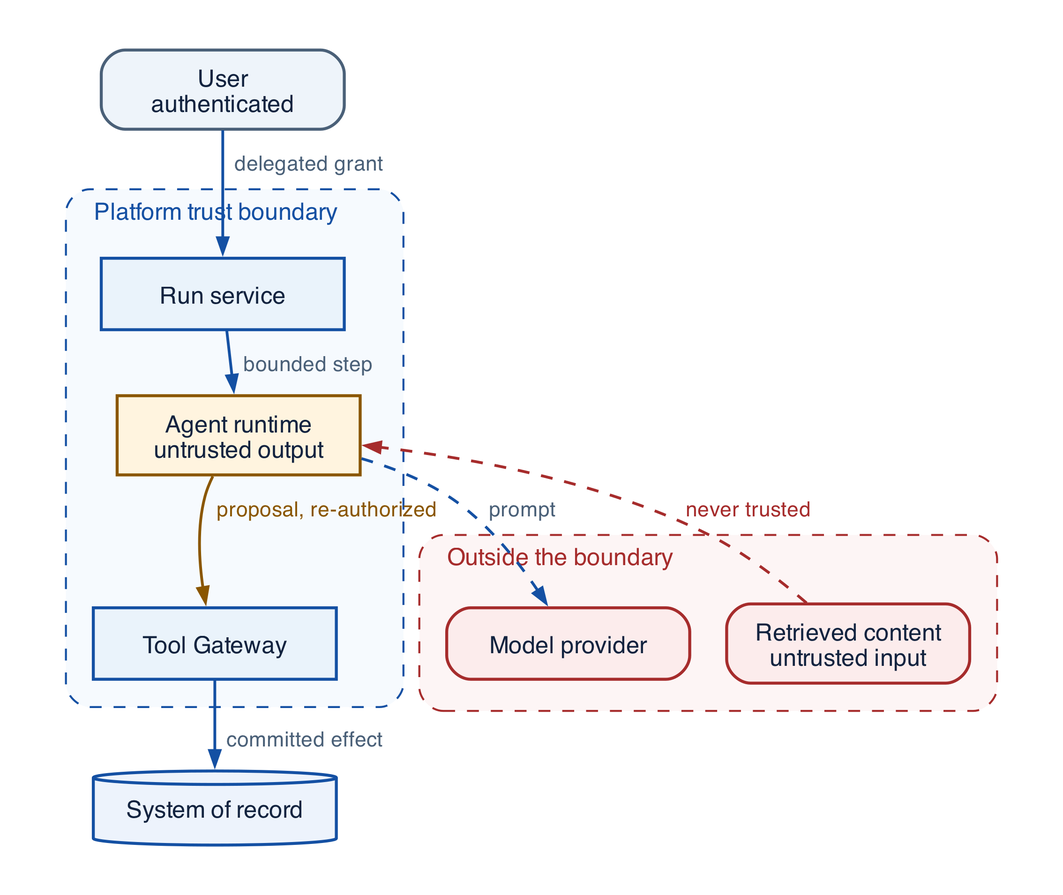
Before: assets/diagrams/security-boundaries.png, a diagram exported from Graphviz (rrahimi-uci/building-enterprise-general-intelligence). Its source is kept beside it as assets/diagrams/src/security-boundaries.gv.
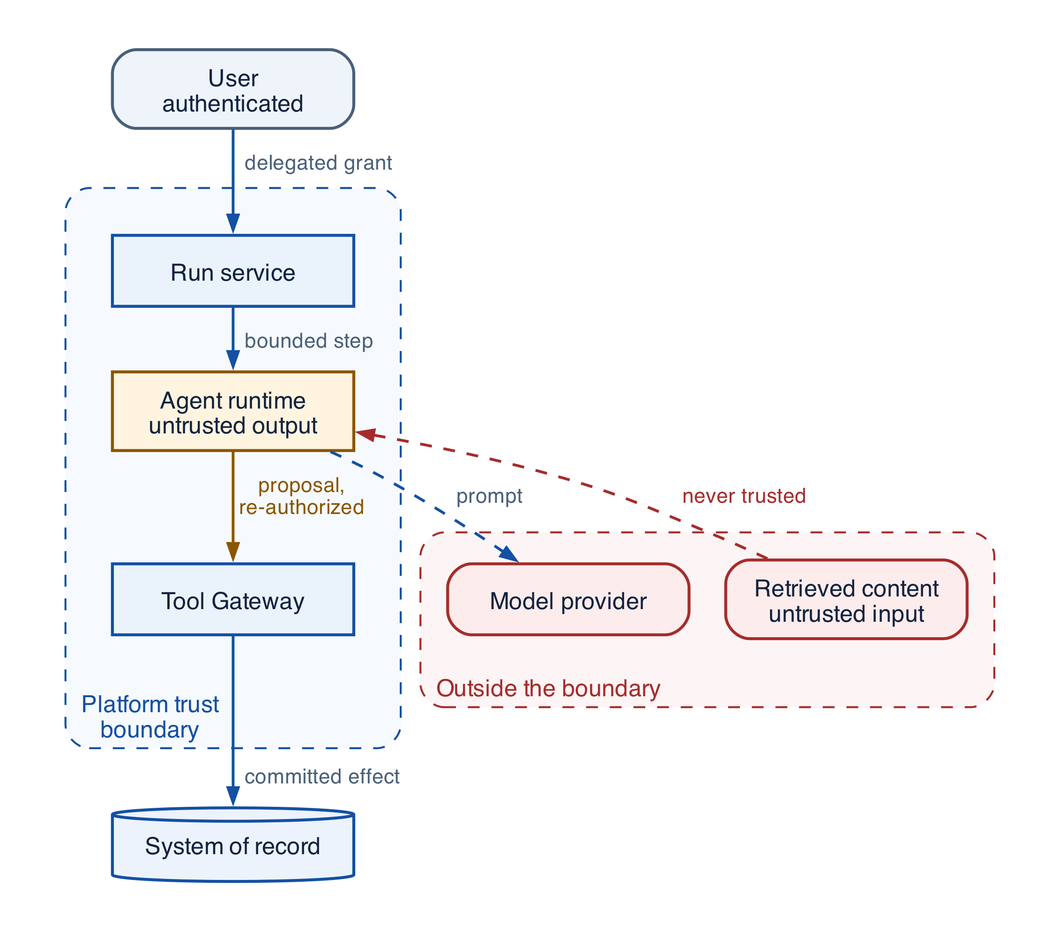
Above is the later version.

The edit, as a diff of the source:
```diff
@@ -5,14 +5,14 @@
 
   user [label="User\nauthenticated", fillcolor="#EEF4FA", color="#4A6078"]
   subgraph cluster_trusted {
-    label="  Platform trust boundary  "; labeljust="l"; fontsize=12; fontcolor="#1450A3"
-    color="#1450A3"; style="rounded,dashed"; margin=14; bgcolor="#F6FAFE"
+    label="Platform trust\nboundary"; labeljust="l"; labelloc="b"; fontsize=12; fontcolor="#1450A3"
+    color="#1450A3"; style="rounded,dashed"; margin=24; bgcolor="#F6FAFE"
     run [label="Run service", fillcolor="#EAF3FB", color="#1450A3", style=filled]
     agent [label="Agent runtime\nuntrusted output", fillcolor="#FFF4DF", color="#8A5600", style=filled]
     tool [label="Tool Gateway", fillcolor="#EAF3FB", color="#1450A3", style=filled]
   }
   subgraph cluster_external {
-    label="  Outside the boundary  "; labeljust="l"; fontsize=12; fontcolor="#A62C2C"
+    label="Outside the boundary"; labeljust="l"; labelloc="b"; fontsize=12; fontcolor="#A62C2C"
     color="#A62C2C"; style="rounded,dashed"; margin=14; bgcolor="#FDF5F5"
     model [label="Model provider", fillcolor="#FCECEC", color="#A62C2C"]
     docs [label="Retrieved content\nuntrusted input", fillcolor="#FCECEC", color="#A62C2C"]
@@ -23,6 +23,6 @@
   run -> agent [label="  bounded step  "]
   agent -> model [label="  prompt  ", style=dashed]
   docs -> agent [label="  never trusted  ", color="#A62C2C", fontcolor="#A62C2C", style=dashed]
-  agent -> tool [label="  proposal, re-authorized  ", color="#8A5600", fontcolor="#8A5600"]
+  agent -> tool [label=" proposal,\n re-authorized", color="#8A5600", fontcolor="#8A5600"]
   tool -> sys [label="  committed effect  "]
 }
```
